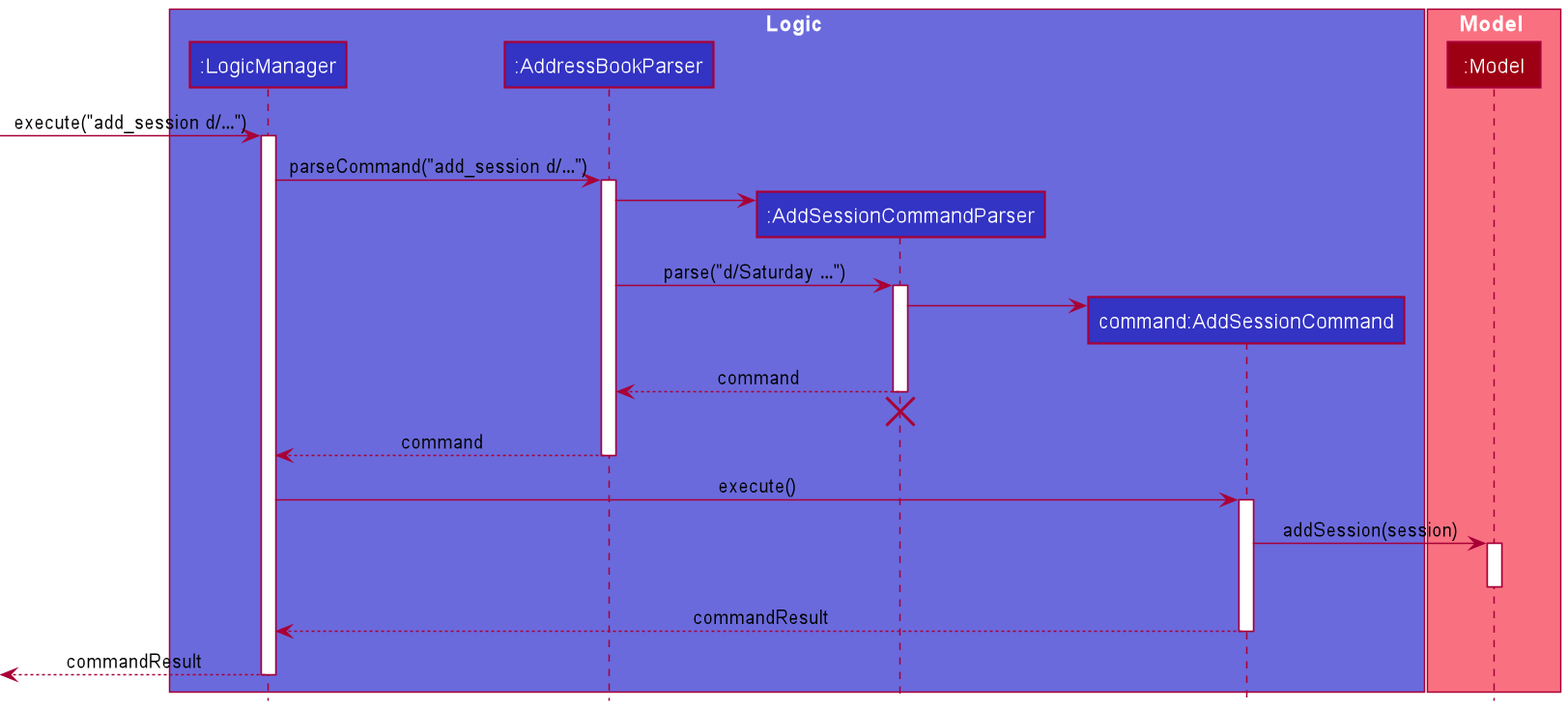
nus-cs2103-AY2021S2/tp keeps this PlantUML diagram as docs/images/AddSessionSequenceDiagram.png. Above is the earlier version.
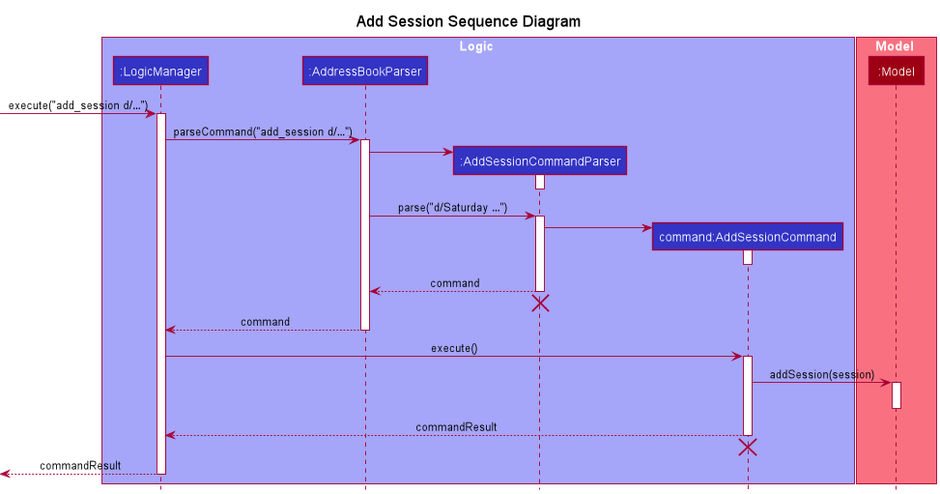
Later version of the same file.

Diff of the diagram source:
```diff
@@ -1,7 +1,11 @@
 @startuml
 !include Style.puml
 
-box Logic LOGIC_COLOR_T2
+hide footbox
+title Add Session Sequence Diagram
+skinparam sequenceMessageAlign center
+
+box Logic LOGIC_COLOR_T1
 participant ":LogicManager" as LogicManager LOGIC_COLOR
 participant ":AddressBookParser" as AddressBookParser LOGIC_COLOR
 participant ":AddSessionCommandParser" as AddSessionCommandParser LOGIC_COLOR
@@ -20,17 +24,25 @@
 
 create AddSessionCommandParser
 AddressBookParser -> AddSessionCommandParser
+activate AddSessionCommandParser
+
+AddSessionCommandParser -[hidden]-> AddressBookParser
+deactivate AddSessionCommandParser
 
 AddressBookParser -> AddSessionCommandParser : parse("d/Saturday …")
 activate AddSessionCommandParser
 
 create command
 AddSessionCommandParser -> command
+activate command
+
+command -[hidden]-> AddSessionCommandParser
+deactivate command
 
 AddSessionCommandParser --> AddressBookParser : command
 deactivate AddSessionCommandParser
 
-AddSessionCommandParser -[hidden]->]
+AddressBookParser -[hidden]-> AddSessionCommandParser
 destroy AddSessionCommandParser
 
 AddressBookParser --> LogicManager : command
@@ -47,6 +59,9 @@
 command --> LogicManager : commandResult
 deactivate command
 
+AddSessionCommandParser -[hidden]-> command
+destroy command
+
 LogicManager -->[ : commandResult
 deactivate LogicManager
 @enduml
```
